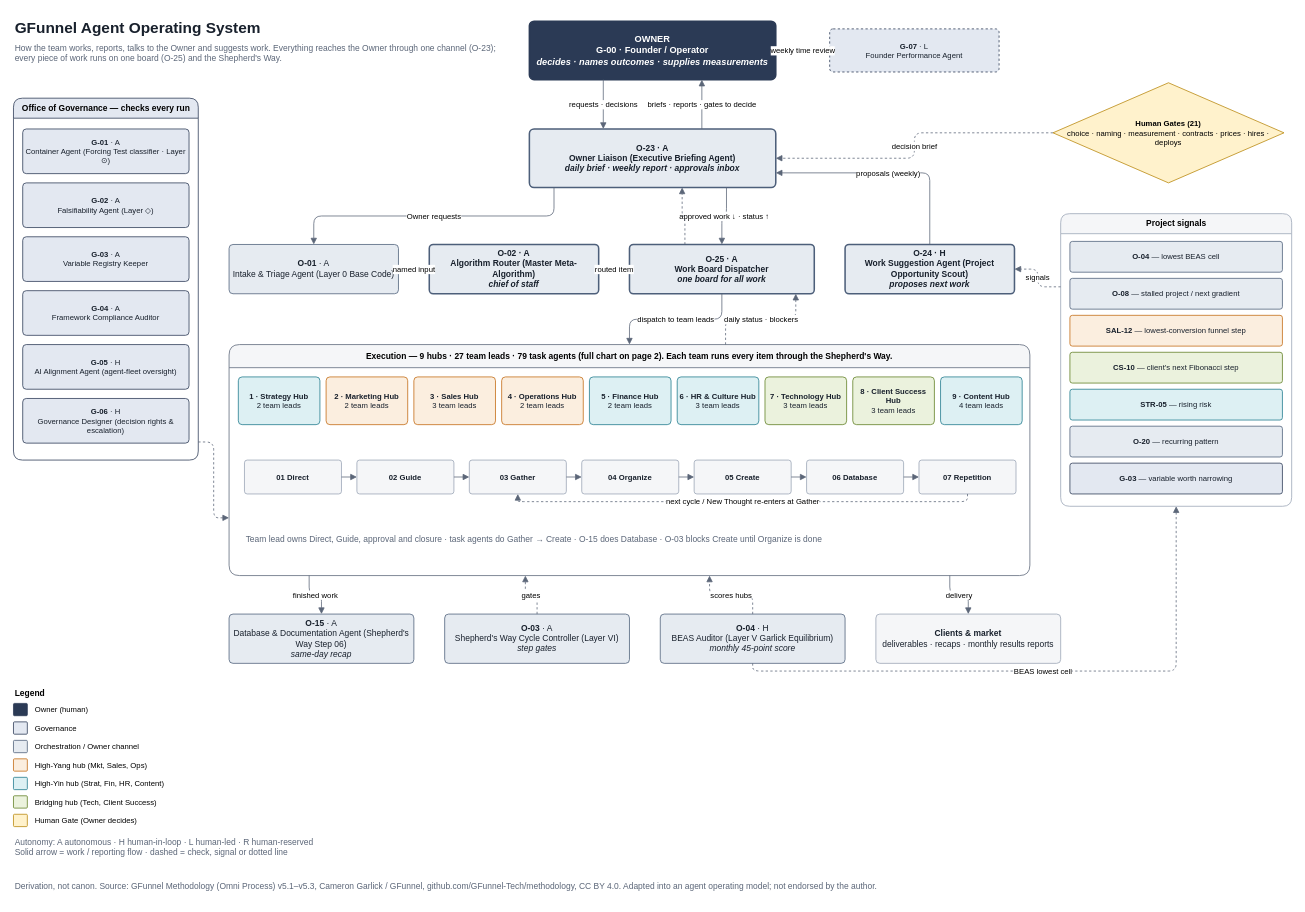
Before: page "1 · Operating Model" (1 of 6) of operations/agent-org-map/GFunnel-Agent-Operating-System.drawio in GFunnel-Tech/methodology, a draw.io diagram. Source tidied: cells renumbered, new cells numbered last; positions are measured from the earlier drawing's top-left corner, leaving out a move shared by most shapes. Both pictures are drawn from the tidied source at 77%, with x=0, y=0 at pixel (13, 13).
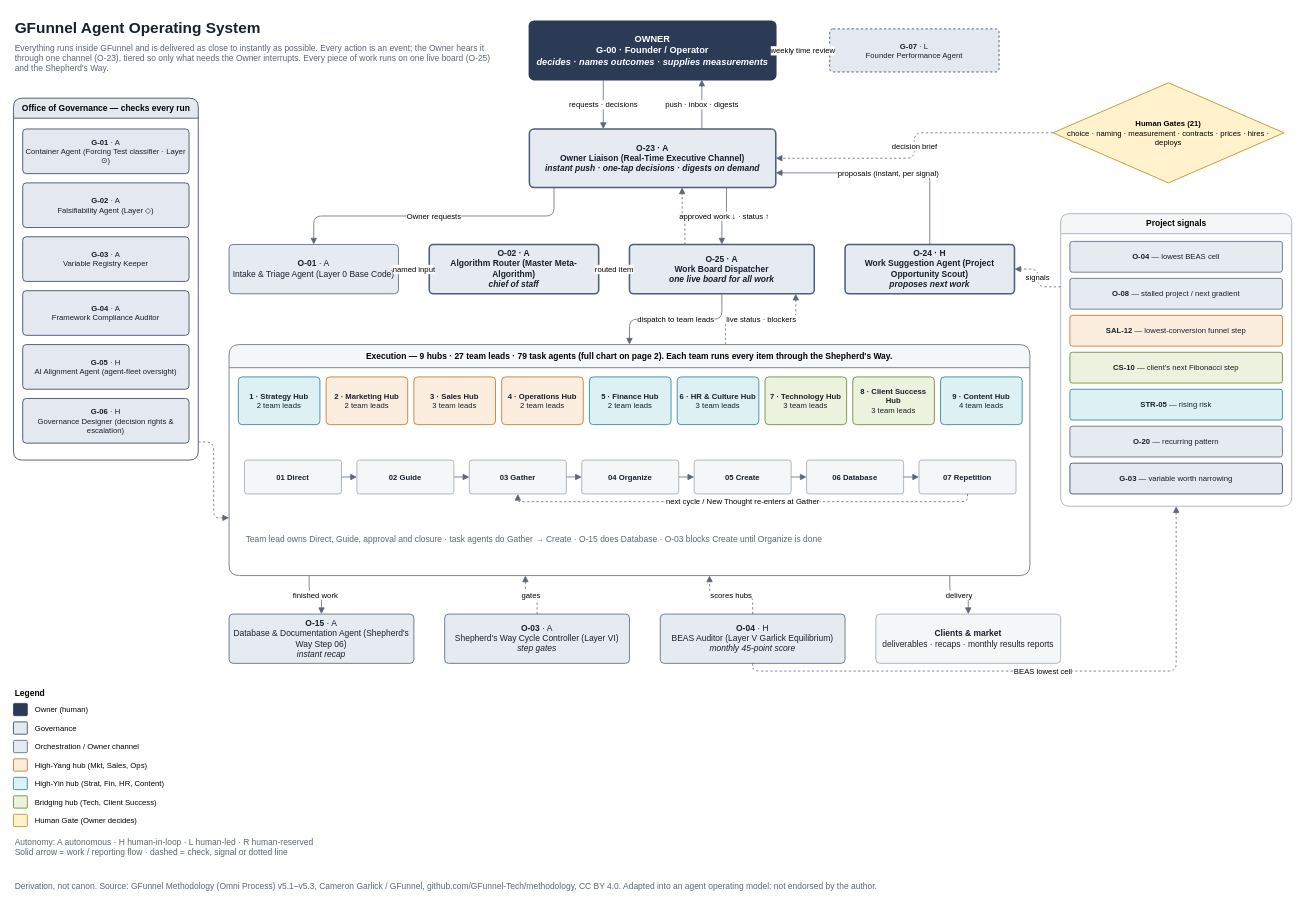
Above is the later version.

Commit message (it also covers changes not shown here):
Agent org map: instant delivery inside GFunnel

The change refers to these unchanged cells:
```xml
<mxCell id="4" value="&lt;b&gt;OWNER&lt;/b&gt;&lt;br&gt;G-00 · Founder / Operator&lt;br&gt;&lt;i&gt;decides · names outcomes · supplies measurements&lt;/i&gt;" style="rounded=1;whiteSpace=wrap;html=1;fillColor=#2B3A55;strokeColor=#2B3A55;fontSize=12;fontFamily=Helvetica;arcSize=8;fontStyle=1;fontColor=#FFFFFF;strokeWidth=2;" parent="1" vertex="1">
  <mxGeometry x="670" y="10" width="320" height="76" as="geometry" />
</mxCell>
<mxCell id="22" value="&lt;b&gt;O-24&lt;/b&gt; · H&lt;br&gt;Work Suggestion Agent (Project Opportunity Scout)&lt;br&gt;&lt;i&gt;proposes next work&lt;/i&gt;" style="rounded=1;whiteSpace=wrap;html=1;fillColor=#E6EBF1;strokeColor=#4D5F7A;fontSize=11;fontFamily=Helvetica;arcSize=8;fontStyle=1;fontColor=#18202C;strokeWidth=2;" parent="1" vertex="1">
  <mxGeometry x="1080" y="300" width="220" height="64" as="geometry" />
</mxCell>
<mxCell id="37" value="&lt;b&gt;Execution&lt;/b&gt; — 9 hubs · 27 team leads · 79 task agents (full chart on page 2). Each team runs every item through the Shepherd's Way." style="swimlane;html=1;startSize=30;fontSize=11;fontFamily=Helvetica;fillColor=#F5F6F8;strokeColor=#5B6678;swimlaneFillColor=#FFFFFF;rounded=1;whiteSpace=wrap;" parent="1" vertex="1">
  <mxGeometry x="280" y="430" width="1040" height="300" as="geometry" />
</mxCell>
```

Diff of the diagram source:
```diff
@@
-    <mxCell id="3" value="How the team works, reports, talks to the Owner and suggests work. Everything reaches the Owner through one channel (O-23); every piece of work runs on one board (O-25) and the Shepherd's Way." style="text;html=1;fontSize=11;fontFamily=Helvetica;fontColor=#5B6678;align=left;verticalAlign=top;whiteSpace=wrap;" parent="1" vertex="1">
+    <mxCell id="3" value="Everything runs inside GFunnel and is delivered as close to instantly as possible. Every action is an event; the Owner hears it through one channel (O-23), tiered so only what needs the Owner interrupts. Every piece of work runs on one live board (O-25) and the Shepherd's Way." style="text;html=1;fontSize=11;fontFamily=Helvetica;fontColor=#5B6678;align=left;verticalAlign=top;whiteSpace=wrap;" parent="1" vertex="1">
       <mxGeometry y="32" width="640" height="40" as="geometry" />
     </mxCell>
@@
-    <mxCell id="7" value="&lt;b&gt;O-23&lt;/b&gt; · A&lt;br&gt;Owner Liaison (Executive Briefing Agent)&lt;br&gt;&lt;i&gt;daily brief · weekly report · approvals inbox&lt;/i&gt;" style="rounded=1;whiteSpace=wrap;html=1;fillColor=#E6EBF1;strokeColor=#4D5F7A;fontSize=11;fontFamily=Helvetica;arcSize=8;fontStyle=1;fontColor=#18202C;strokeWidth=2;" parent="1" vertex="1">
+    <mxCell id="7" value="&lt;b&gt;O-23&lt;/b&gt; · A&lt;br&gt;Owner Liaison (Real-Time Executive Channel)&lt;br&gt;&lt;i&gt;instant push · one-tap decisions · digests on demand&lt;/i&gt;" style="rounded=1;whiteSpace=wrap;html=1;fillColor=#E6EBF1;strokeColor=#4D5F7A;fontSize=11;fontFamily=Helvetica;arcSize=8;fontStyle=1;fontColor=#18202C;strokeWidth=2;" parent="1" vertex="1">
       <mxGeometry x="670" y="150" width="320" height="76" as="geometry" />
     </mxCell>
@@
-    <mxCell id="9" value="briefs · reports · gates to decide" style="edgeStyle=orthogonalEdgeStyle;rounded=1;html=1;endArrow=block;endFill=1;strokeColor=#5B6678;fontSize=10;fontFamily=Helvetica;exitX=0.7;exitY=0;entryX=0.7;entryY=1;" parent="1" edge="1" source="7" target="4">
+    <mxCell id="9" value="push · inbox · digests" style="edgeStyle=orthogonalEdgeStyle;rounded=1;html=1;endArrow=block;endFill=1;strokeColor=#5B6678;fontSize=10;fontFamily=Helvetica;exitX=0.7;exitY=0;entryX=0.7;entryY=1;" parent="1" edge="1" source="7" target="4">
       <mxGeometry relative="1" as="geometry" />
     </mxCell>
@@
-    <mxCell id="21" value="&lt;b&gt;O-25&lt;/b&gt; · A&lt;br&gt;Work Board Dispatcher&lt;br&gt;&lt;i&gt;one board for all work&lt;/i&gt;" style="rounded=1;whiteSpace=wrap;html=1;fillColor=#E6EBF1;strokeColor=#4D5F7A;fontSize=11;fontFamily=Helvetica;arcSize=8;fontStyle=1;fontColor=#18202C;strokeWidth=2;" parent="1" vertex="1">
+    <mxCell id="21" value="&lt;b&gt;O-25&lt;/b&gt; · A&lt;br&gt;Work Board Dispatcher&lt;br&gt;&lt;i&gt;one live board for all work&lt;/i&gt;" style="rounded=1;whiteSpace=wrap;html=1;fillColor=#E6EBF1;strokeColor=#4D5F7A;fontSize=11;fontFamily=Helvetica;arcSize=8;fontStyle=1;fontColor=#18202C;strokeWidth=2;" parent="1" vertex="1">
       <mxGeometry x="800" y="300" width="240" height="64" as="geometry" />
     </mxCell>
@@
-    <mxCell id="26" value="proposals (weekly)" style="edgeStyle=orthogonalEdgeStyle;rounded=1;html=1;endArrow=block;endFill=1;strokeColor=#5B6678;fontSize=10;fontFamily=Helvetica;exitX=0.5;exitY=0;entryX=1;entryY=0.75;" parent="1" edge="1" source="22" target="7">
+    <mxCell id="26" value="proposals (instant, per signal)" style="edgeStyle=orthogonalEdgeStyle;rounded=1;html=1;endArrow=block;endFill=1;strokeColor=#5B6678;fontSize=10;fontFamily=Helvetica;exitX=0.5;exitY=0;entryX=1;entryY=0.75;" parent="1" edge="1" source="22" target="7">
       <mxGeometry relative="1" as="geometry" />
     </mxCell>
@@
-    <mxCell id="64" value="daily status · blockers" style="edgeStyle=orthogonalEdgeStyle;rounded=1;html=1;endArrow=block;endFill=1;strokeColor=#5B6678;fontSize=10;fontFamily=Helvetica;dashed=1;exitX=0.62;exitY=0;entryX=0.9;entryY=1;" parent="1" edge="1" source="37" target="21">
+    <mxCell id="64" value="live status · blockers" style="edgeStyle=orthogonalEdgeStyle;rounded=1;html=1;endArrow=block;endFill=1;strokeColor=#5B6678;fontSize=10;fontFamily=Helvetica;dashed=1;exitX=0.62;exitY=0;entryX=0.9;entryY=1;" parent="1" edge="1" source="37" target="21">
       <mxGeometry relative="1" as="geometry" />
     </mxCell>
-    <mxCell id="65" value="&lt;b&gt;O-15&lt;/b&gt; · A&lt;br&gt;Database &amp;amp; Documentation Agent (Shepherd's Way Step 06)&lt;br&gt;&lt;i&gt;same-day recap&lt;/i&gt;" style="rounded=1;whiteSpace=wrap;html=1;fillColor=#E6EBF1;strokeColor=#4D5F7A;fontSize=11;fontFamily=Helvetica;arcSize=8;fontColor=#18202C;" parent="1" vertex="1">
+    <mxCell id="65" value="&lt;b&gt;O-15&lt;/b&gt; · A&lt;br&gt;Database &amp;amp; Documentation Agent (Shepherd's Way Step 06)&lt;br&gt;&lt;i&gt;instant recap&lt;/i&gt;" style="rounded=1;whiteSpace=wrap;html=1;fillColor=#E6EBF1;strokeColor=#4D5F7A;fontSize=11;fontFamily=Helvetica;arcSize=8;fontColor=#18202C;" parent="1" vertex="1">
       <mxGeometry x="280" y="780" width="240" height="64" as="geometry" />
     </mxCell>
```
